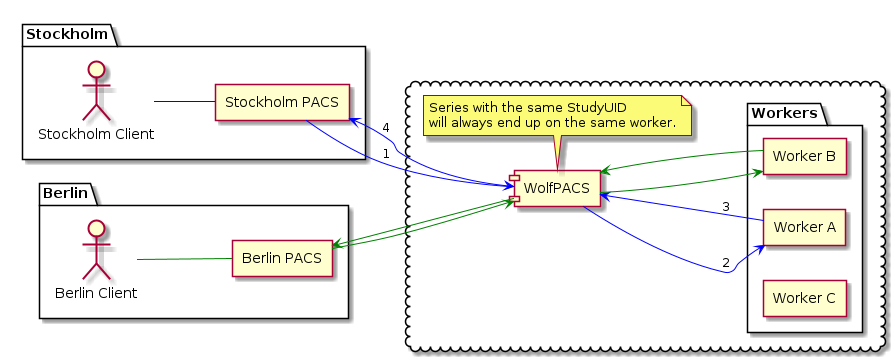
Before: priv/dream1.png, a diagram exported from PlantUML (wolfpacs/wolfpacs).
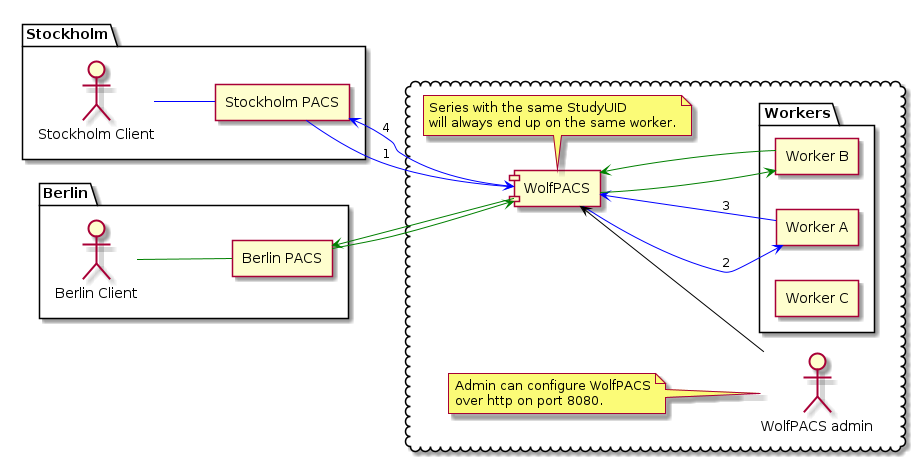
Above is the later version.

Commit message:
priv/dream: Add admin to overview

Diff of the diagram source:
```diff
@@ -27,6 +27,12 @@
      will always end up on the same worker.
 end note
 
+actor "WolfPACS admin" as ADMIN
+
+note left of ADMIN
+     Admin can configure WolfPACS
+     over http on port 8080.
+end note
 }
 
 S_CLIENT -[#blue]- S_PACS
@@ -49,5 +55,6 @@
 
 WP -[#green]-> B_PACS
 
+WP <-[#black]- ADMIN
 
 @enduml
```
